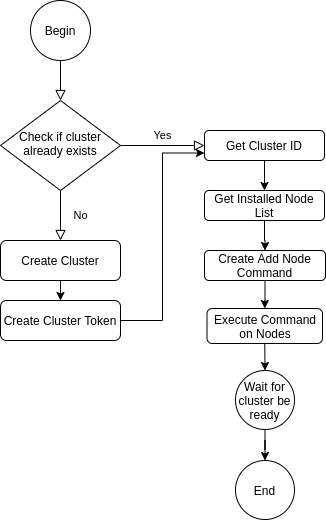
Above: Ansible-Playbook-Create-Rancher.png in alexismaior/diagrams (draw.io), before the change. Source tidied: cells renumbered, new cells last; positions are measured from the earlier drawing's top-left corner, leaving out a move shared by most shapes.
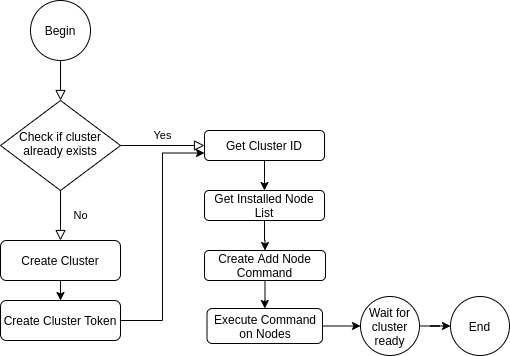
After the change.

Diff of the diagram source:
```diff
@@ -47,7 +47,7 @@
     <mxCell id="16" value="Create Add Node Command" style="whiteSpace=wrap;html=1;rounded=1;shadow=0;strokeWidth=1;glass=0;" parent="1" vertex="1">
       <mxGeometry x="204" y="250" width="121" height="30" as="geometry" />
     </mxCell>
-    <mxCell id="17" style="edgeStyle=orthogonalEdgeStyle;rounded=0;jettySize=auto;html=1;exitX=0.5;exitY=1;exitDx=0;exitDy=0;entryX=0.5;entryY=0;entryDx=0;entryDy=0;" parent="1" edge="1" source="18" target="20">
+    <mxCell id="17" style="edgeStyle=orthogonalEdgeStyle;rounded=0;jettySize=auto;html=1;exitX=1;exitY=0.5;exitDx=0;exitDy=0;entryX=0;entryY=0.5;entryDx=0;entryDy=0;" parent="1" edge="1" source="18" target="20">
       <mxGeometry relative="1" as="geometry" />
     </mxCell>
     <mxCell id="18" value="Execute Command on Nodes" style="whiteSpace=wrap;html=1;rounded=1;shadow=0;strokeWidth=1;glass=0;" parent="1" vertex="1">
@@ -56,11 +56,11 @@
     <mxCell id="19" style="edgeStyle=orthogonalEdgeStyle;rounded=0;jettySize=auto;html=1;" parent="1" edge="1" source="20" target="21">
       <mxGeometry relative="1" as="geometry" />
     </mxCell>
-    <mxCell id="20" value="Wait for cluster be ready" style="ellipse;whiteSpace=wrap;html=1;" parent="1" vertex="1">
-      <mxGeometry x="235" y="370" width="59" height="59" as="geometry" />
+    <mxCell id="20" value="Wait for cluster ready" style="ellipse;whiteSpace=wrap;html=1;" parent="1" vertex="1">
+      <mxGeometry x="360" y="296" width="59" height="59" as="geometry" />
     </mxCell>
     <mxCell id="21" value="End" style="ellipse;whiteSpace=wrap;html=1;" parent="1" vertex="1">
-      <mxGeometry x="235" y="460" width="59" height="59" as="geometry" />
+      <mxGeometry x="450" y="296" width="59" height="59" as="geometry" />
     </mxCell>
   </root>
 </mxGraphModel>
```
